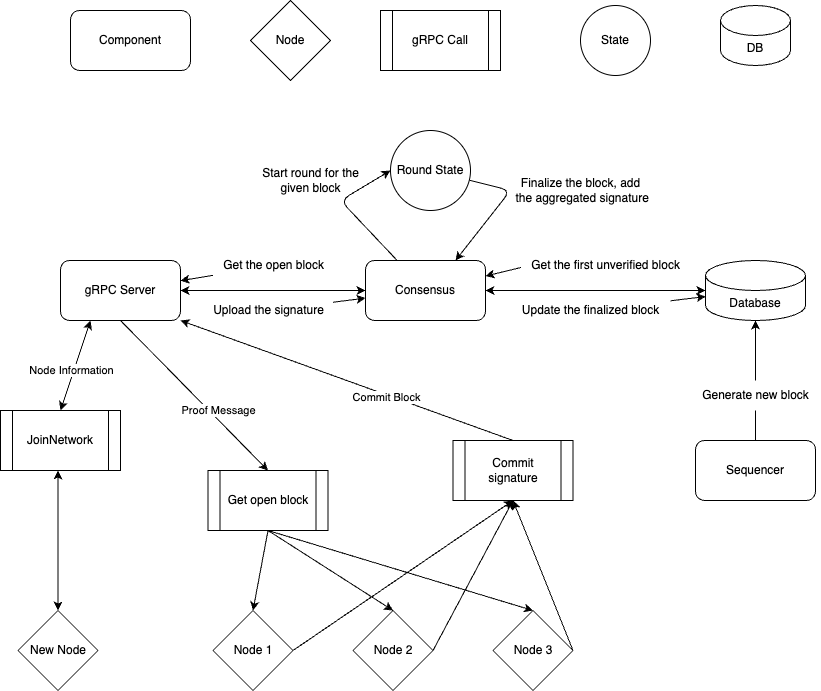
Lagrange-Labs/lsc-node keeps this draw.io diagram as docs/consensus.drawio.png. Above is the earlier version. Source tidied: cells renumbered, new cells last; positions are measured from the earlier drawing's top-left corner, leaving out a move shared by most shapes.
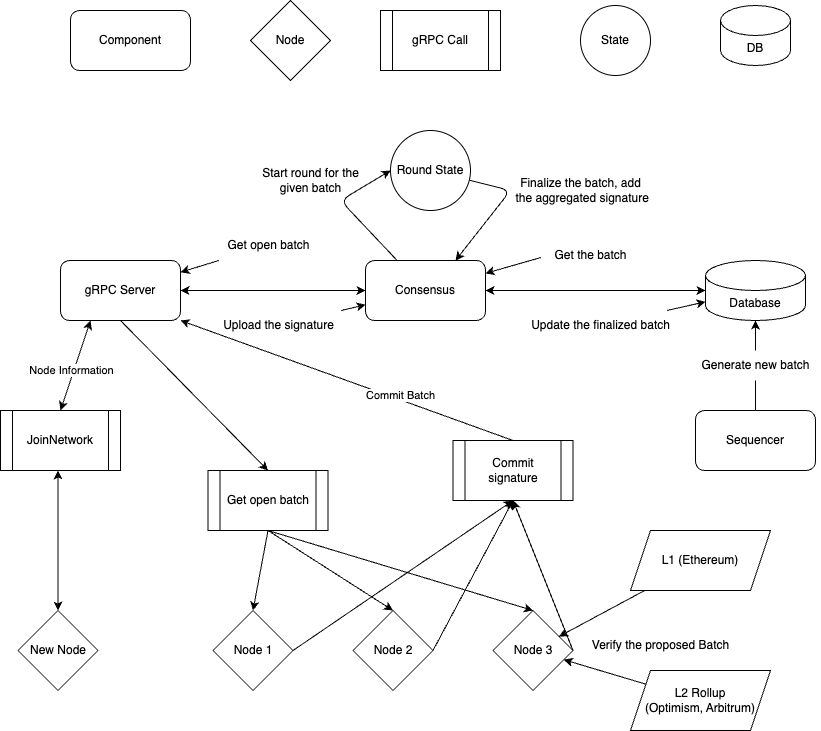
Later version of the same file.

Change to the diagram source:
```diff
@@ -17,11 +17,6 @@
     <mxCell id="6" style="edgeStyle=none;html=1;exitX=0.5;exitY=1;exitDx=0;exitDy=0;entryX=0.5;entryY=0;entryDx=0;entryDy=0;startArrow=none;startFill=0;" parent="1" edge="1" source="8" target="30">
       <mxGeometry relative="1" as="geometry" />
     </mxCell>
-    <mxCell id="7" value="Proof Message" style="edgeLabel;html=1;align=center;verticalAlign=middle;" parent="6" vertex="1">
-      <mxGeometry x="0.24" y="3" relative="1" as="geometry">
-        <mxPoint x="4" y="-1" as="offset" />
-      </mxGeometry>
-    </mxCell>
     <mxCell id="8" value="gRPC Server" style="rounded=1;whiteSpace=wrap;html=1;" parent="1" vertex="1">
       <mxGeometry x="60" y="260" width="120" height="60" as="geometry" />
     </mxCell>
@@ -66,8 +61,8 @@
     <mxCell id="19" style="edgeStyle=none;html=1;" parent="1" edge="1" source="20" target="15">
       <mxGeometry relative="1" as="geometry" />
     </mxCell>
-    <mxCell id="20" value="Update the finalized block" style="text;html=1;align=center;verticalAlign=middle;points=[];strokeColor=none;fillColor=none;" parent="1" vertex="1">
-      <mxGeometry x="510" y="295" width="160" height="30" as="geometry" />
+    <mxCell id="20" value="Update the finalized batch" style="text;html=1;align=center;verticalAlign=middle;points=[];strokeColor=none;fillColor=none;" parent="1" vertex="1">
+      <mxGeometry x="520" y="310" width="160" height="30" as="geometry" />
     </mxCell>
     <mxCell id="21" style="edgeStyle=none;html=1;exitX=1;exitY=0.5;exitDx=0;exitDy=0;entryX=0.5;entryY=1;entryDx=0;entryDy=0;startArrow=none;startFill=0;" parent="1" edge="1" source="22" target="33">
       <mxGeometry relative="1" as="geometry" />
@@ -96,15 +91,15 @@
     <mxCell id="29" style="edgeStyle=none;html=1;exitX=0.5;exitY=1;exitDx=0;exitDy=0;entryX=0.5;entryY=0;entryDx=0;entryDy=0;startArrow=none;startFill=0;" parent="1" edge="1" source="30" target="26">
       <mxGeometry relative="1" as="geometry" />
     </mxCell>
-    <mxCell id="30" value="Get open block" style="shape=process;whiteSpace=wrap;html=1;backgroundOutline=1;" parent="1" vertex="1">
+    <mxCell id="30" value="Get open batch" style="shape=process;whiteSpace=wrap;html=1;backgroundOutline=1;" parent="1" vertex="1">
       <mxGeometry x="207.5" y="470" width="120" height="60" as="geometry" />
     </mxCell>
     <mxCell id="31" style="edgeStyle=none;html=1;exitX=0.5;exitY=0;exitDx=0;exitDy=0;entryX=1;entryY=1;entryDx=0;entryDy=0;startArrow=none;startFill=0;" parent="1" edge="1" source="33" target="8">
       <mxGeometry relative="1" as="geometry" />
     </mxCell>
-    <mxCell id="32" value="Commit Block" style="edgeLabel;html=1;align=center;verticalAlign=middle;" parent="31" vertex="1">
+    <mxCell id="32" value="Commit Batch" style="edgeLabel;html=1;align=center;verticalAlign=middle;" parent="31" vertex="1">
       <mxGeometry x="0.13" y="-2" relative="1" as="geometry">
-        <mxPoint x="60" y="26" as="offset" />
+        <mxPoint x="74" y="24" as="offset" />
       </mxGeometry>
     </mxCell>
     <mxCell id="33" value="Commit signature" style="shape=process;whiteSpace=wrap;html=1;backgroundOutline=1;" parent="1" vertex="1">
@@ -113,20 +108,20 @@
     <mxCell id="34" style="edgeStyle=none;html=1;" parent="1" edge="1" source="35" target="8">
       <mxGeometry relative="1" as="geometry" />
     </mxCell>
-    <mxCell id="35" value="Get the open block" style="text;html=1;align=center;verticalAlign=middle;points=[];strokeColor=none;fillColor=none;" parent="1" vertex="1">
-      <mxGeometry x="212.5" y="250" width="120" height="30" as="geometry" />
+    <mxCell id="35" value="Get open batch" style="text;html=1;align=center;verticalAlign=middle;points=[];strokeColor=none;fillColor=none;" parent="1" vertex="1">
+      <mxGeometry x="212.5" y="230" width="110" height="30" as="geometry" />
     </mxCell>
     <mxCell id="36" style="edgeStyle=none;html=1;" parent="1" edge="1" source="37" target="18">
       <mxGeometry relative="1" as="geometry" />
     </mxCell>
     <mxCell id="37" value="Upload the signature" style="text;html=1;align=center;verticalAlign=middle;points=[];strokeColor=none;fillColor=none;" parent="1" vertex="1">
-      <mxGeometry x="202.5" y="295" width="130" height="30" as="geometry" />
+      <mxGeometry x="212.5" y="310" width="130" height="30" as="geometry" />
     </mxCell>
     <mxCell id="38" style="edgeStyle=none;html=1;exitX=0.003;exitY=0.567;exitDx=0;exitDy=0;exitPerimeter=0;" parent="1" edge="1" source="39" target="18">
       <mxGeometry relative="1" as="geometry" />
     </mxCell>
-    <mxCell id="39" value="Get the first unverified block" style="text;html=1;align=center;verticalAlign=middle;points=[];strokeColor=none;fillColor=none;" parent="1" vertex="1">
-      <mxGeometry x="520" y="250" width="170" height="30" as="geometry" />
+    <mxCell id="39" value="Get the batch" style="text;html=1;align=center;verticalAlign=middle;points=[];strokeColor=none;fillColor=none;" parent="1" vertex="1">
+      <mxGeometry x="540" y="240" width="100" height="30" as="geometry" />
     </mxCell>
     <mxCell id="40" value="State" style="ellipse;whiteSpace=wrap;html=1;" parent="1" vertex="1">
       <mxGeometry x="580" y="5" width="70" height="70" as="geometry" />
@@ -141,23 +136,38 @@
     <mxCell id="42" value="Round State" style="ellipse;whiteSpace=wrap;html=1;" parent="1" vertex="1">
       <mxGeometry x="390" y="130" width="80" height="80" as="geometry" />
     </mxCell>
-    <mxCell id="43" value="Start round for the &lt;br&gt;given block" style="text;html=1;align=center;verticalAlign=middle;strokeColor=none;fillColor=none;" parent="1" vertex="1">
+    <mxCell id="43" value="Start round for the &lt;br&gt;given batch" style="text;html=1;align=center;verticalAlign=middle;strokeColor=none;fillColor=none;" parent="1" vertex="1">
       <mxGeometry x="250" y="160" width="120" height="40" as="geometry" />
     </mxCell>
-    <mxCell id="44" value="Finalize the block,&amp;nbsp;add&lt;br&gt;&amp;nbsp;the aggregated signature" style="text;html=1;align=center;verticalAlign=middle;strokeColor=none;fillColor=none;" parent="1" vertex="1">
+    <mxCell id="44" value="Finalize the batch,&amp;nbsp;add&lt;br&gt;&amp;nbsp;the aggregated signature" style="text;html=1;align=center;verticalAlign=middle;strokeColor=none;fillColor=none;" parent="1" vertex="1">
       <mxGeometry x="500" y="170" width="160" height="40" as="geometry" />
     </mxCell>
     <mxCell id="45" style="edgeStyle=none;html=1;entryX=0.5;entryY=1;entryDx=0;entryDy=0;entryPerimeter=0;startArrow=none;" parent="1" edge="1" source="48" target="15">
       <mxGeometry relative="1" as="geometry" />
     </mxCell>
     <mxCell id="46" value="Sequencer" style="rounded=1;whiteSpace=wrap;html=1;" parent="1" vertex="1">
-      <mxGeometry x="695" y="440" width="120" height="60" as="geometry" />
+      <mxGeometry x="695" y="410" width="120" height="60" as="geometry" />
     </mxCell>
     <mxCell id="47" style="edgeStyle=none;html=1;entryX=0.5;entryY=1;entryDx=0;entryDy=0;entryPerimeter=0;endArrow=none;" parent="1" edge="1" source="46" target="48">
       <mxGeometry relative="1" as="geometry" />
     </mxCell>
-    <mxCell id="48" value="Generate new block" style="text;html=1;align=center;verticalAlign=middle;points=[];strokeColor=none;fillColor=none;" parent="1" vertex="1">
-      <mxGeometry x="690" y="380" width="130" height="30" as="geometry" />
+    <mxCell id="48" value="Generate new batch" style="text;html=1;align=center;verticalAlign=middle;points=[];strokeColor=none;fillColor=none;" parent="1" vertex="1">
+      <mxGeometry x="690" y="350" width="130" height="30" as="geometry" />
     </mxCell>
+    <mxCell id="49" style="edgeStyle=none;html=1;" parent="1" edge="1" source="50" target="26">
+      <mxGeometry relative="1" as="geometry" />
+    </mxCell>
+    <mxCell id="50" value="L1 (Ethereum)" style="shape=parallelogram;perimeter=parallelogramPerimeter;whiteSpace=wrap;html=1;fixedSize=1;" parent="1" vertex="1">
+      <mxGeometry x="630" y="530" width="140" height="60" as="geometry" />
+    </mxCell>
+    <mxCell id="51" style="edgeStyle=none;html=1;" parent="1" edge="1" source="52" target="26">
+      <mxGeometry relative="1" as="geometry" />
+    </mxCell>
+    <mxCell id="52" value="L2 Rollup&lt;br&gt;(Optimism, Arbitrum)" style="shape=parallelogram;perimeter=parallelogramPerimeter;whiteSpace=wrap;html=1;fixedSize=1;" parent="1" vertex="1">
+      <mxGeometry x="630" y="670" width="140" height="60" as="geometry" />
+    </mxCell>
+    <mxCell id="53" value="Verify the proposed Batch" style="text;html=1;align=center;verticalAlign=middle;strokeColor=none;fillColor=none;" parent="1" vertex="1">
+      <mxGeometry x="580" y="630" width="160" height="30" as="geometry" />
+    </mxCell>
   </root>
 </mxGraphModel>
```
